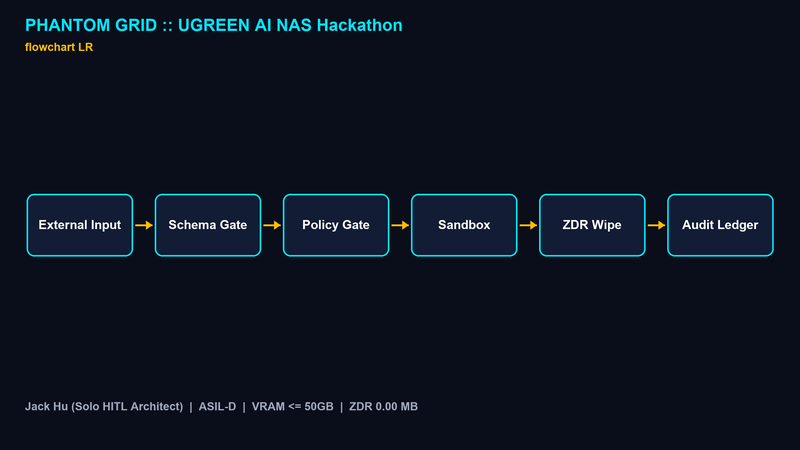
This is 01_Specs/diagrams/04_security_boundary.png from jackhu24-ship-it/phantom-grid-ugreen-ai-nas, a Mermaid export, as it was before one commit. Its source is kept beside it as 01_Specs/04_security_boundary.mmd.
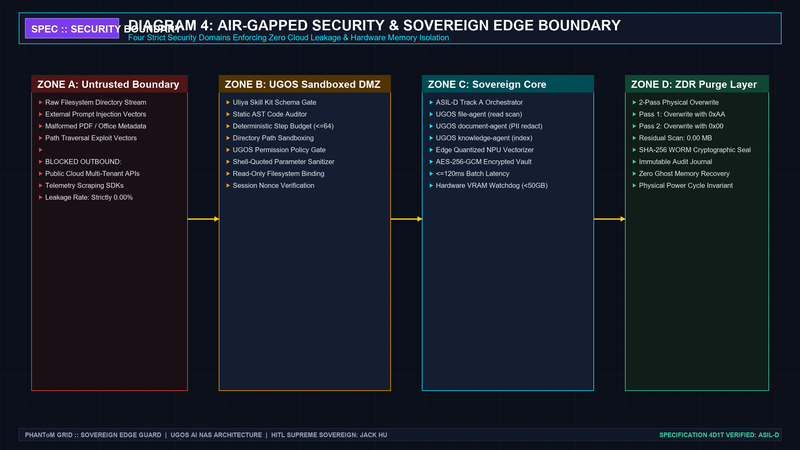
The same file after the commit.

The edit, as a diff of the source:
```diff
@@ -1,10 +1,37 @@
 flowchart LR
-    subgraph Untrusted["Untrusted Zone"]
-        In["External Input"]
+    subgraph UntrustedZone["Untrusted External Domain"]
+        RawIn["Untrusted Directory Stream & Prompt Injections"]
+        CloudAPI["Public Multi-Tenant Cloud (BLOCKED: 0.00% Leak)"]
     end
-    subgraph Trusted["ASIL-D Trusted Zone"]
-        Gate["Schema + Policy Gate"]
-        Run["Sandboxed Execution"]
-        Wipe["ZDR Purge"]
+
+    subgraph SandboxedDMZ["UGOS DMZ & Security Policy Gate"]
+        Gate["Uliya Skill Kit Schema Validator"]
+        AST["Static AST Safe Delegation Contract"]
+        Watch["Execution Step Budget (<= 64 Steps)"]
     end
-    In --> Gate --> Run --> Wipe
+
+    subgraph SovereignCore["ASIL-D Sovereign Trusted Core"]
+        Orch["Track A Orchestrator"]
+        FA["file-agent"]
+        DA["document-agent"]
+        KA["knowledge-agent"]
+        NPU["Local NPU Embedding Engine"]
+        Vault["Local AES-256 Knowledge Store"]
+    end
+
+    subgraph ZDRPurgeZone["Physical Destruction & Audit Layer"]
+        Wiper["2-Pass ZDR Wiper (0xAA -> 0x00)"]
+        Receipt["WORM Audit Receipt"]
+    end
+
+    RawIn --> Gate
+    Gate --> AST --> Watch --> Orch
+    Orch --> FA
+    Orch --> DA
+    Orch --> KA
+    DA --> NPU --> Vault
+    KA --> Vault
+    Vault --> Wiper
+    Orch --> Wiper
+    Wiper --> Receipt
+    SovereignCore x-.-x CloudAPI
```
